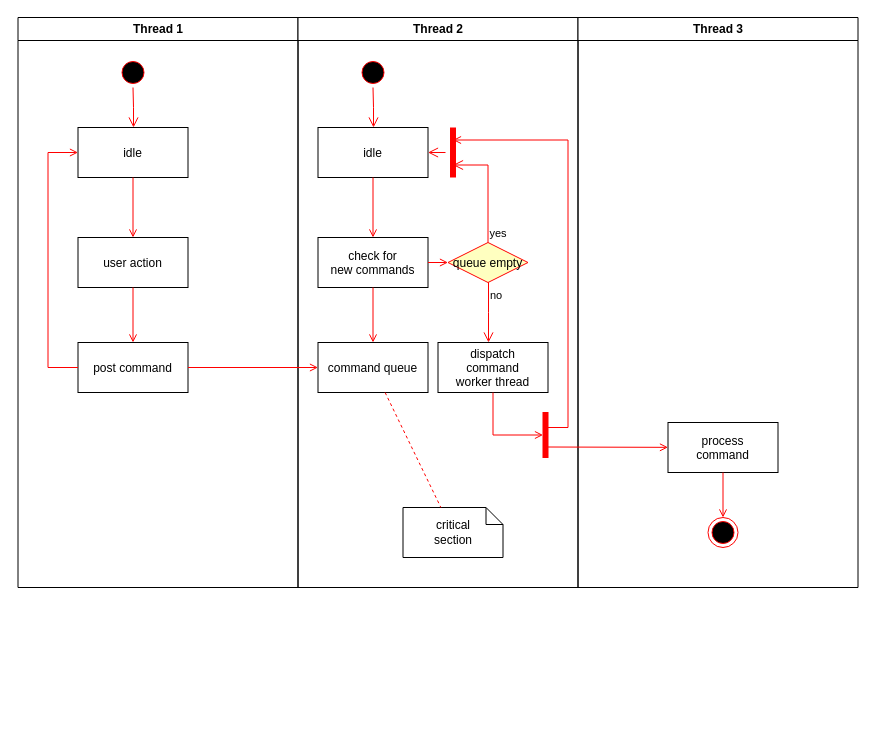
Above: ActivityBB.drawio in Steony/BeautyBookerApp (draw.io), before the change. Source tidied: cells renumbered, new cells numbered last; positions are measured from the earlier drawing's top-left corner, leaving out a move shared by most shapes. Both pictures are drawn from the tidied source at 100%, with x=0, y=0 at pixel (17, 17).
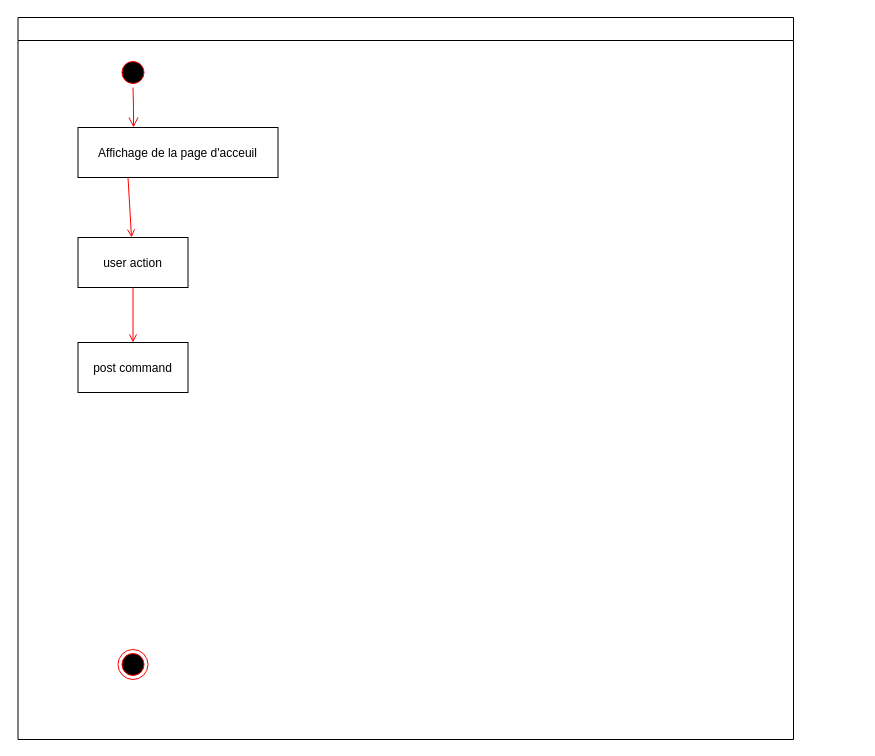
Above is the later version.

Commit message (it also covers changes not shown here):
Mettre à jour ActivityBB.drawio

The change refers to these unchanged cells:
```xml
<mxCell id="6" value="user action" parent="2" vertex="1">
  <mxGeometry x="60" y="220" width="110" height="50" as="geometry" />
</mxCell>
<mxCell id="8" value="post command" parent="2" vertex="1">
  <mxGeometry x="60" y="325" width="110" height="50" as="geometry" />
</mxCell>
```

What changed in the source:
```diff
@@
-    <mxCell id="2" value="Thread 1" style="swimlane;whiteSpace=wrap;" parent="1" vertex="1">
-      <mxGeometry x="0.5" width="280" height="570" as="geometry" />
+    <mxCell id="2" style="swimlane;whiteSpace=wrap;" parent="1" vertex="1">
+      <mxGeometry x="0.5" width="775.5" height="722" as="geometry" />
     </mxCell>
@@
-    <mxCell id="5" value="idle" parent="2" vertex="1">
-      <mxGeometry x="60" y="110" width="110" height="50" as="geometry" />
+    <mxCell id="5" value="Affichage de la page d'acceuil" parent="2" vertex="1">
+      <mxGeometry x="60" y="110" width="200" height="50" as="geometry" />
     </mxCell>
@@
-    <mxCell id="7" style="endArrow=open;strokeColor=#FF0000;endFill=1;rounded=0;" parent="2" edge="1" source="5" target="6">
+    <mxCell id="7" style="endArrow=open;strokeColor=#FF0000;endFill=1;rounded=0;exitX=0.25;exitY=1;exitDx=0;exitDy=0;" parent="2" edge="1" source="5" target="6">
       <mxGeometry relative="1" as="geometry" />
     </mxCell>
@@
-    <mxCell id="10" style="edgeStyle=elbowEdgeStyle;elbow=horizontal;strokeColor=#FF0000;endArrow=open;endFill=1;rounded=0;" parent="2" edge="1" source="8" target="5">
-      <mxGeometry relative="1" as="geometry">
-        <Array as="points">
-          <mxPoint x="30" y="250" />
-        </Array>
-      </mxGeometry>
-    </mxCell>
-    <mxCell id="11" value="Thread 2" style="swimlane;whiteSpace=wrap;" parent="1" vertex="1">
-      <mxGeometry x="280.5" width="280" height="570" as="geometry" />
-    </mxCell>
-    <mxCell id="12" style="ellipse;shape=startState;fillColor=#000000;strokeColor=#ff0000;" parent="11" vertex="1">
-      <mxGeometry x="60" y="40" width="30" height="30" as="geometry" />
-    </mxCell>
-    <mxCell id="13" style="edgeStyle=elbowEdgeStyle;elbow=horizontal;verticalAlign=bottom;endArrow=open;endSize=8;strokeColor=#FF0000;endFill=1;rounded=0;" parent="11" edge="1" source="12" target="14">
-      <mxGeometry x="40" y="20" as="geometry" />
-    </mxCell>
-    <mxCell id="14" value="idle" parent="11" vertex="1">
-      <mxGeometry x="20" y="110" width="110" height="50" as="geometry" />
-    </mxCell>
-    <mxCell id="15" value="check for &#10;new commands" parent="11" vertex="1">
-      <mxGeometry x="20" y="220" width="110" height="50" as="geometry" />
-    </mxCell>
-    <mxCell id="16" style="endArrow=open;strokeColor=#FF0000;endFill=1;rounded=0;" parent="11" edge="1" source="14" target="15">
-      <mxGeometry relative="1" as="geometry" />
-    </mxCell>
-    <mxCell id="17" value="command queue" parent="11" vertex="1">
-      <mxGeometry x="20" y="325" width="110" height="50" as="geometry" />
-    </mxCell>
-    <mxCell id="18" style="endArrow=open;strokeColor=#FF0000;endFill=1;rounded=0;" parent="11" edge="1" source="15" target="17">
-      <mxGeometry relative="1" as="geometry" />
-    </mxCell>
-    <mxCell id="19" value="queue empty" style="rhombus;fillColor=#ffffc0;strokeColor=#ff0000;" parent="11" vertex="1">
-      <mxGeometry x="150" y="225" width="80" height="40" as="geometry" />
-    </mxCell>
-    <mxCell id="20" value="yes" style="edgeStyle=elbowEdgeStyle;elbow=horizontal;align=left;verticalAlign=bottom;endArrow=open;endSize=8;strokeColor=#FF0000;exitX=0.5;exitY=0;endFill=1;rounded=0;entryX=0.75;entryY=0.5;entryPerimeter=0;" parent="11" edge="1" source="19" target="23">
-      <mxGeometry x="-1" relative="1" as="geometry">
-        <Array as="points">
-          <mxPoint x="190" y="180" />
-        </Array>
-      </mxGeometry>
-    </mxCell>
-    <mxCell id="21" value="no" style="edgeStyle=elbowEdgeStyle;elbow=horizontal;align=left;verticalAlign=top;endArrow=open;endSize=8;strokeColor=#FF0000;endFill=1;rounded=0;" parent="11" edge="1" source="19" target="25">
-      <mxGeometry x="-1" relative="1" as="geometry" />
-    </mxCell>
-    <mxCell id="22" style="endArrow=open;strokeColor=#FF0000;endFill=1;rounded=0;" parent="11" edge="1" source="15" target="19">
-      <mxGeometry relative="1" as="geometry" />
-    </mxCell>
-    <mxCell id="23" style="shape=line;strokeWidth=6;strokeColor=#ff0000;rotation=90;" parent="11" vertex="1">
-      <mxGeometry x="130" y="127.5" width="50" height="15" as="geometry" />
-    </mxCell>
-    <mxCell id="24" style="edgeStyle=elbowEdgeStyle;elbow=horizontal;verticalAlign=bottom;endArrow=open;endSize=8;strokeColor=#FF0000;endFill=1;rounded=0;" parent="11" edge="1" source="23" target="14">
-      <mxGeometry x="130" y="90" as="geometry" />
-    </mxCell>
-    <mxCell id="25" value="dispatch&#10;command&#10;worker thread" parent="11" vertex="1">
-      <mxGeometry x="140" y="325" width="110" height="50" as="geometry" />
-    </mxCell>
-    <mxCell id="26" value="critical&#10;section" style="shape=note;whiteSpace=wrap;size=17;" parent="11" vertex="1">
-      <mxGeometry x="105" y="490" width="100" height="50" as="geometry" />
-    </mxCell>
-    <mxCell id="27" style="endArrow=none;strokeColor=#FF0000;endFill=0;rounded=0;dashed=1;" parent="11" edge="1" source="17" target="26">
-      <mxGeometry relative="1" as="geometry" />
-    </mxCell>
-    <mxCell id="28" style="whiteSpace=wrap;strokeColor=#FF0000;fillColor=#FF0000;" parent="11" vertex="1">
-      <mxGeometry x="245" y="395" width="5" height="45" as="geometry" />
-    </mxCell>
-    <mxCell id="29" style="edgeStyle=elbowEdgeStyle;elbow=horizontal;entryX=0;entryY=0.5;strokeColor=#FF0000;endArrow=open;endFill=1;rounded=0;" parent="11" edge="1" source="25" target="28">
-      <mxGeometry relative="1" as="geometry">
-        <Array as="points">
-          <mxPoint x="195" y="400" />
-        </Array>
-      </mxGeometry>
-    </mxCell>
-    <mxCell id="30" value="Thread 3" style="swimlane;whiteSpace=wrap;" parent="1" vertex="1">
-      <mxGeometry x="560.5" width="280" height="570" as="geometry" />
-    </mxCell>
-    <mxCell id="31" value="process&#10;command" parent="30" vertex="1">
-      <mxGeometry x="90" y="405" width="110" height="50" as="geometry" />
-    </mxCell>
-    <mxCell id="32" style="edgeStyle=elbowEdgeStyle;elbow=horizontal;strokeColor=#FF0000;endArrow=open;endFill=1;rounded=0;entryX=0.25;entryY=0.5;entryPerimeter=0;" parent="30" edge="1" target="23">
-      <mxGeometry relative="1" as="geometry">
-        <mxPoint x="-30" y="410" as="sourcePoint" />
-        <Array as="points">
-          <mxPoint x="-10" y="135" />
-        </Array>
-      </mxGeometry>
-    </mxCell>
-    <mxCell id="33" style="edgeStyle=none;strokeColor=#FF0000;endArrow=open;endFill=1;rounded=0;" parent="30" edge="1" target="31">
-      <mxGeometry relative="1" as="geometry">
-        <mxPoint x="-30" y="429.5" as="sourcePoint" />
-      </mxGeometry>
-    </mxCell>
-    <mxCell id="34" style="ellipse;shape=endState;fillColor=#000000;strokeColor=#ff0000;" parent="30" vertex="1">
-      <mxGeometry x="130" y="500" width="30" height="30" as="geometry" />
-    </mxCell>
-    <mxCell id="35" style="endArrow=open;strokeColor=#FF0000;endFill=1;rounded=0;" parent="30" edge="1" source="31" target="34">
-      <mxGeometry relative="1" as="geometry" />
-    </mxCell>
-    <mxCell id="36" style="endArrow=open;strokeColor=#FF0000;endFill=1;rounded=0;" parent="1" edge="1" source="8" target="17">
-      <mxGeometry relative="1" as="geometry" />
-    </mxCell>
+    <mxCell id="37" style="ellipse;html=1;shape=endState;fillColor=#000000;strokeColor=#ff0000;" parent="2" vertex="1">
+      <mxGeometry x="100" y="632" width="30" height="30" as="geometry" />
+    </mxCell>
```
